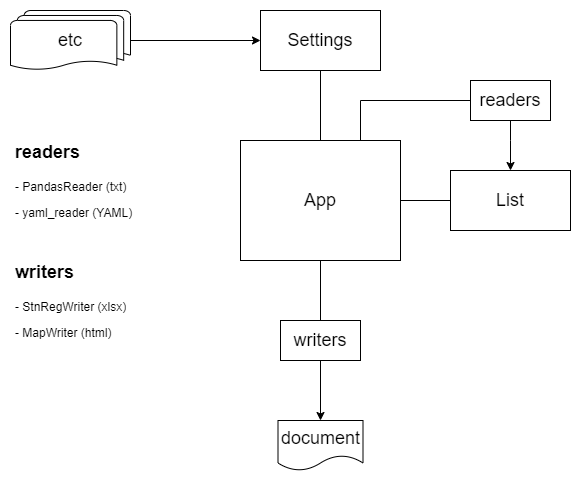
Above: doc/sketch.png in sharksmhi/stations (draw.io), before the change. Source tidied: cells renumbered, new cells last; positions are measured from the earlier drawing's top-left corner, leaving out a move shared by most shapes.
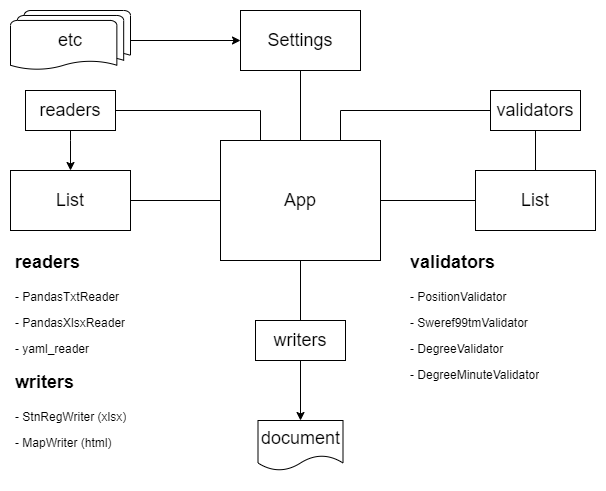
After the commit.

The edit, as a diff of the source:
```diff
@@ -6,7 +6,7 @@
       <mxGeometry relative="1" as="geometry" />
     </mxCell>
     <mxCell id="3" value="&lt;font style=&quot;font-size: 18px&quot;&gt;List&lt;/font&gt;" style="rounded=0;whiteSpace=wrap;html=1;" parent="1" vertex="1">
-      <mxGeometry x="440" y="160" width="120" height="60" as="geometry" />
+      <mxGeometry x="20" y="160" width="120" height="60" as="geometry" />
     </mxCell>
     <mxCell id="4" style="edgeStyle=orthogonalEdgeStyle;rounded=0;jettySize=auto;html=1;entryX=0.5;entryY=0;entryDx=0;entryDy=0;exitX=0.5;exitY=1;exitDx=0;exitDy=0;endArrow=none;endFill=0;" parent="1" edge="1" source="5" target="14">
       <mxGeometry relative="1" as="geometry" />
@@ -18,46 +18,68 @@
       <mxGeometry relative="1" as="geometry" />
     </mxCell>
     <mxCell id="7" value="&lt;font style=&quot;font-size: 18px&quot;&gt;etc&lt;/font&gt;" style="strokeWidth=1;html=1;shape=mxgraph.flowchart.multi-document;whiteSpace=wrap;" parent="1" vertex="1">
-      <mxGeometry width="120" height="60" as="geometry" />
+      <mxGeometry x="20" width="120" height="60" as="geometry" />
     </mxCell>
     <mxCell id="8" style="edgeStyle=orthogonalEdgeStyle;rounded=0;jettySize=auto;html=1;endArrow=classic;endFill=1;entryX=0.5;entryY=0;entryDx=0;entryDy=0;" parent="1" edge="1" source="9" target="15">
       <mxGeometry relative="1" as="geometry" />
     </mxCell>
     <mxCell id="9" value="&lt;font style=&quot;font-size: 18px&quot;&gt;writers&lt;/font&gt;" style="rounded=0;whiteSpace=wrap;html=1;" parent="1" vertex="1">
-      <mxGeometry x="270" y="310" width="80" height="40" as="geometry" />
+      <mxGeometry x="265" y="310" width="90" height="40" as="geometry" />
     </mxCell>
     <mxCell id="10" style="edgeStyle=orthogonalEdgeStyle;rounded=0;jettySize=auto;html=1;endArrow=classic;endFill=1;entryX=0.5;entryY=0;entryDx=0;entryDy=0;" parent="1" edge="1" source="11" target="3">
       <mxGeometry relative="1" as="geometry">
         <Array as="points">
-          <mxPoint x="500" y="130" />
-          <mxPoint x="500" y="130" />
+          <mxPoint x="80" y="130" />
+          <mxPoint x="80" y="130" />
         </Array>
       </mxGeometry>
     </mxCell>
     <mxCell id="11" value="&lt;font style=&quot;font-size: 18px&quot;&gt;readers&lt;/font&gt;" style="rounded=0;whiteSpace=wrap;html=1;" parent="1" vertex="1">
-      <mxGeometry x="460" y="70" width="80" height="40" as="geometry" />
+      <mxGeometry x="35" y="80" width="90" height="40" as="geometry" />
     </mxCell>
     <mxCell id="12" style="edgeStyle=orthogonalEdgeStyle;rounded=0;jettySize=auto;html=1;endArrow=none;endFill=0;" parent="1" edge="1" source="14" target="9">
       <mxGeometry relative="1" as="geometry" />
     </mxCell>
-    <mxCell id="13" style="edgeStyle=orthogonalEdgeStyle;rounded=0;jettySize=auto;html=1;endArrow=none;endFill=0;entryX=0;entryY=0.5;entryDx=0;entryDy=0;exitX=0.75;exitY=0;exitDx=0;exitDy=0;" parent="1" edge="1" source="14" target="11">
+    <mxCell id="13" style="edgeStyle=orthogonalEdgeStyle;rounded=0;jettySize=auto;html=1;endArrow=none;endFill=0;entryX=1;entryY=0.5;entryDx=0;entryDy=0;exitX=0.25;exitY=0;exitDx=0;exitDy=0;" parent="1" edge="1" source="14" target="11">
       <mxGeometry relative="1" as="geometry">
         <Array as="points">
-          <mxPoint x="350" y="90" />
+          <mxPoint x="270" y="100" />
         </Array>
       </mxGeometry>
     </mxCell>
+    <mxCell id="18" style="edgeStyle=orthogonalEdgeStyle;rounded=0;jettySize=auto;html=1;entryX=0;entryY=0.5;entryDx=0;entryDy=0;exitX=0.75;exitY=0;exitDx=0;exitDy=0;endArrow=none;endFill=0;" parent="1" edge="1" source="14" target="20">
+      <mxGeometry relative="1" as="geometry">
+        <Array as="points">
+          <mxPoint x="350" y="100" />
+        </Array>
+      </mxGeometry>
+    </mxCell>
     <mxCell id="14" value="&lt;font style=&quot;font-size: 18px&quot;&gt;App&lt;/font&gt;" style="rounded=0;whiteSpace=wrap;html=1;" parent="1" vertex="1">
       <mxGeometry x="230" y="130" width="160" height="120" as="geometry" />
     </mxCell>
     <mxCell id="15" value="&lt;font style=&quot;font-size: 18px&quot;&gt;document&lt;/font&gt;" style="shape=document;whiteSpace=wrap;html=1;boundedLbl=1;" parent="1" vertex="1">
       <mxGeometry x="267.5" y="410" width="85" height="50" as="geometry" />
     </mxCell>
-    <mxCell id="16" value="&lt;h1&gt;&lt;font style=&quot;font-size: 18px&quot;&gt;readers&lt;/font&gt;&lt;/h1&gt;&lt;p&gt;- PandasReader (txt)&lt;/p&gt;&lt;p&gt;- yaml_reader (YAML)&lt;/p&gt;" style="text;html=1;strokeColor=none;fillColor=none;spacing=5;spacingTop=-20;whiteSpace=wrap;overflow=hidden;rounded=0;strokeWidth=1;" parent="1" vertex="1">
-      <mxGeometry y="120" width="190" height="120" as="geometry" />
+    <mxCell id="16" value="&lt;h1&gt;&lt;font style=&quot;font-size: 18px&quot;&gt;readers&lt;/font&gt;&lt;/h1&gt;&lt;p&gt;- PandasTxtReader&lt;/p&gt;&lt;p&gt;- PandasXlsxReader&lt;br&gt;&lt;/p&gt;&lt;p&gt;- yaml_reader&lt;/p&gt;" style="text;html=1;strokeColor=none;fillColor=none;spacing=5;spacingTop=-20;whiteSpace=wrap;overflow=hidden;rounded=0;strokeWidth=1;" parent="1" vertex="1">
+      <mxGeometry x="20" y="230" width="190" height="120" as="geometry" />
     </mxCell>
     <mxCell id="17" value="&lt;h1&gt;&lt;font style=&quot;font-size: 18px&quot;&gt;writers&lt;/font&gt;&lt;/h1&gt;&lt;p&gt;&lt;span&gt;- StnRegWriter (xlsx)&lt;/span&gt;&lt;/p&gt;&lt;p&gt;&lt;span&gt;- MapWriter (html)&lt;/span&gt;&lt;/p&gt;" style="text;html=1;strokeColor=none;fillColor=none;spacing=5;spacingTop=-20;whiteSpace=wrap;overflow=hidden;rounded=0;" parent="1" vertex="1">
-      <mxGeometry y="240" width="190" height="120" as="geometry" />
+      <mxGeometry x="20" y="350" width="190" height="120" as="geometry" />
     </mxCell>
+    <mxCell id="19" style="edgeStyle=orthogonalEdgeStyle;rounded=0;jettySize=auto;html=1;endArrow=none;endFill=0;" parent="1" edge="1" source="20" target="22">
+      <mxGeometry relative="1" as="geometry" />
+    </mxCell>
+    <mxCell id="20" value="&lt;font style=&quot;font-size: 18px&quot;&gt;validators&lt;/font&gt;" style="rounded=0;whiteSpace=wrap;html=1;" parent="1" vertex="1">
+      <mxGeometry x="500" y="80" width="90" height="40" as="geometry" />
+    </mxCell>
+    <mxCell id="21" style="edgeStyle=orthogonalEdgeStyle;rounded=0;jettySize=auto;html=1;endArrow=none;endFill=0;entryX=1;entryY=0.5;entryDx=0;entryDy=0;" parent="1" edge="1" source="22" target="14">
+      <mxGeometry relative="1" as="geometry" />
+    </mxCell>
+    <mxCell id="22" value="&lt;font style=&quot;font-size: 18px&quot;&gt;List&lt;/font&gt;" style="rounded=0;whiteSpace=wrap;html=1;" parent="1" vertex="1">
+      <mxGeometry x="485" y="160" width="120" height="60" as="geometry" />
+    </mxCell>
+    <mxCell id="23" value="&lt;h1&gt;&lt;font style=&quot;font-size: 18px&quot;&gt;validators&lt;/font&gt;&lt;/h1&gt;&lt;p&gt;&lt;span&gt;- PositionValidator&lt;/span&gt;&lt;/p&gt;&lt;p&gt;&lt;span&gt;- Sweref99tmValidator&lt;/span&gt;&lt;/p&gt;&lt;p&gt;- DegreeValidator&lt;/p&gt;&lt;p&gt;- DegreeMinuteValidator&lt;/p&gt;" style="text;html=1;strokeColor=none;fillColor=none;spacing=5;spacingTop=-20;whiteSpace=wrap;overflow=hidden;rounded=0;" parent="1" vertex="1">
+      <mxGeometry x="415" y="230" width="190" height="190" as="geometry" />
+    </mxCell>
   </root>
 </mxGraphModel>
```
